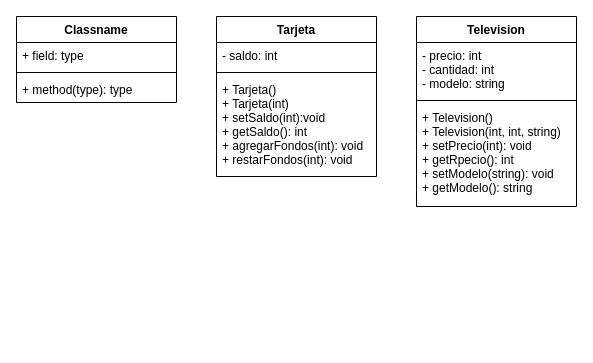
This is Segundo_semestre/POO/Tareas/Tarea1/uml.drawio from celiphcephei/Uni, a draw.io file, before an edit. Source tidied: cells renumbered, new cells numbered last; positions are measured from the earlier drawing's top-left corner, leaving out a move shared by most shapes. Both pictures are drawn from the tidied source at 100%, with x=0, y=0 at pixel (16, 16).
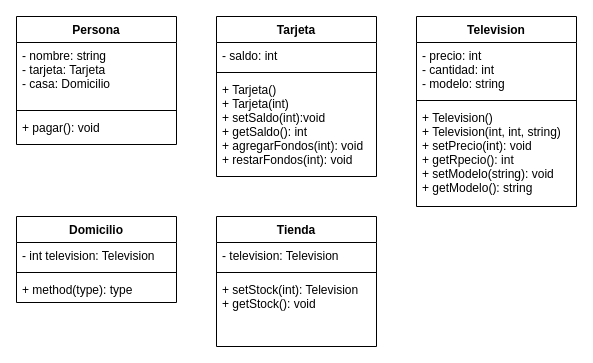
Above is the later version.

What changed in the source:
```diff
@@
-    <mxCell id="10" value="Classname" style="swimlane;fontStyle=1;align=center;verticalAlign=top;horizontal=1;startSize=26;" parent="1" vertex="1">
-      <mxGeometry width="160" height="86" as="geometry" />
+    <mxCell id="10" value="Persona" style="swimlane;fontStyle=1;align=center;verticalAlign=top;horizontal=1;startSize=26;" parent="1" vertex="1">
+      <mxGeometry width="160" height="128" as="geometry" />
     </mxCell>
-    <mxCell id="11" value="+ field: type" style="text;strokeColor=none;fillColor=none;align=left;verticalAlign=top;spacingLeft=4;spacingRight=4;overflow=hidden;" parent="10" vertex="1">
-      <mxGeometry y="26" width="160" height="26" as="geometry" />
+    <mxCell id="11" value="- nombre: string&#10;- tarjeta: Tarjeta&#10;- casa: Domicilio" style="text;strokeColor=none;fillColor=none;align=left;verticalAlign=top;spacingLeft=4;spacingRight=4;overflow=hidden;" parent="10" vertex="1">
+      <mxGeometry y="26" width="160" height="64" as="geometry" />
     </mxCell>
     <mxCell id="12" style="line;strokeWidth=1;fillColor=none;align=left;verticalAlign=middle;spacingTop=-1;spacingLeft=3;spacingRight=3;labelPosition=right;strokeColor=inherit;" parent="10" vertex="1">
-      <mxGeometry y="52" width="160" height="8" as="geometry" />
+      <mxGeometry y="90" width="160" height="8" as="geometry" />
     </mxCell>
-    <mxCell id="13" value="+ method(type): type" style="text;strokeColor=none;fillColor=none;align=left;verticalAlign=top;spacingLeft=4;spacingRight=4;overflow=hidden;" parent="10" vertex="1">
-      <mxGeometry y="60" width="160" height="26" as="geometry" />
+    <mxCell id="13" value="+ pagar(): void" style="text;strokeColor=none;fillColor=none;align=left;verticalAlign=top;spacingLeft=4;spacingRight=4;overflow=hidden;" parent="10" vertex="1">
+      <mxGeometry y="98" width="160" height="30" as="geometry" />
     </mxCell>
+    <mxCell id="14" value="Domicilio" style="swimlane;fontStyle=1;align=center;verticalAlign=top;horizontal=1;startSize=26;" parent="1" vertex="1">
+      <mxGeometry y="200" width="160" height="86" as="geometry" />
+    </mxCell>
+    <mxCell id="15" value="- int television: Television" style="text;strokeColor=none;fillColor=none;align=left;verticalAlign=top;spacingLeft=4;spacingRight=4;overflow=hidden;" parent="14" vertex="1">
+      <mxGeometry y="26" width="160" height="26" as="geometry" />
+    </mxCell>
+    <mxCell id="16" style="line;strokeWidth=1;fillColor=none;align=left;verticalAlign=middle;spacingTop=-1;spacingLeft=3;spacingRight=3;labelPosition=right;strokeColor=inherit;" parent="14" vertex="1">
+      <mxGeometry y="52" width="160" height="8" as="geometry" />
+    </mxCell>
+    <mxCell id="17" value="+ method(type): type" style="text;strokeColor=none;fillColor=none;align=left;verticalAlign=top;spacingLeft=4;spacingRight=4;overflow=hidden;" parent="14" vertex="1">
+      <mxGeometry y="60" width="160" height="26" as="geometry" />
+    </mxCell>
+    <mxCell id="18" value="Tienda" style="swimlane;fontStyle=1;align=center;verticalAlign=top;horizontal=1;startSize=26;" parent="1" vertex="1">
+      <mxGeometry x="200" y="200" width="160" height="130" as="geometry" />
+    </mxCell>
+    <mxCell id="19" value="- television: Television" style="text;strokeColor=none;fillColor=none;align=left;verticalAlign=top;spacingLeft=4;spacingRight=4;overflow=hidden;" parent="18" vertex="1">
+      <mxGeometry y="26" width="160" height="26" as="geometry" />
+    </mxCell>
+    <mxCell id="20" style="line;strokeWidth=1;fillColor=none;align=left;verticalAlign=middle;spacingTop=-1;spacingLeft=3;spacingRight=3;labelPosition=right;strokeColor=inherit;" parent="18" vertex="1">
+      <mxGeometry y="52" width="160" height="8" as="geometry" />
+    </mxCell>
+    <mxCell id="21" value="+ setStock(int): Television&#10;+ getStock(): void" style="text;strokeColor=none;fillColor=none;align=left;verticalAlign=top;spacingLeft=4;spacingRight=4;overflow=hidden;" parent="18" vertex="1">
+      <mxGeometry y="60" width="160" height="70" as="geometry" />
+    </mxCell>
```
